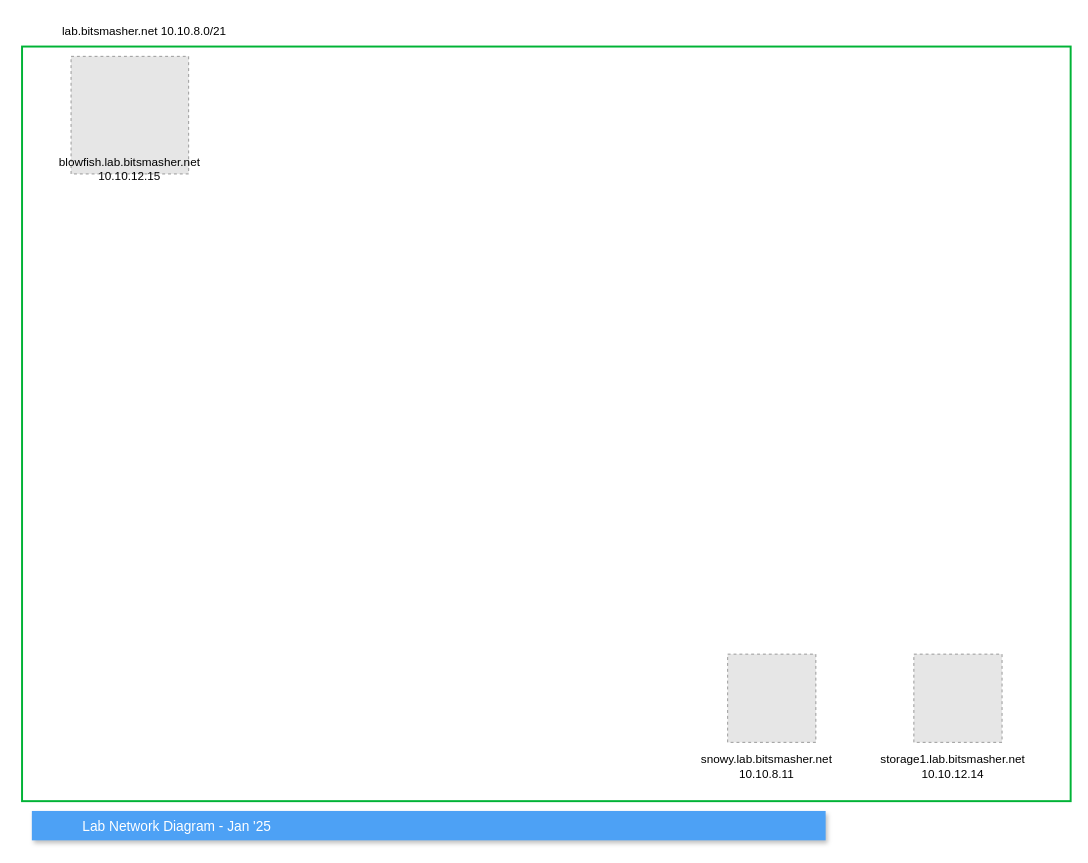
Earlier version of the draw.io diagram page "lab" (1 of 4) of docs/drawings/lab_2024.drawio (devsecfranklin/franklin-resume). Source tidied: cells renumbered, new cells numbered last; positions are measured from the earlier drawing's top-left corner, leaving out a move shared by most shapes. Both pictures are drawn from the tidied source at 98%, with x=0, y=0 at pixel (22, 17). Pictures stored in the file or linked from it are replaced by grey dashed boxes.
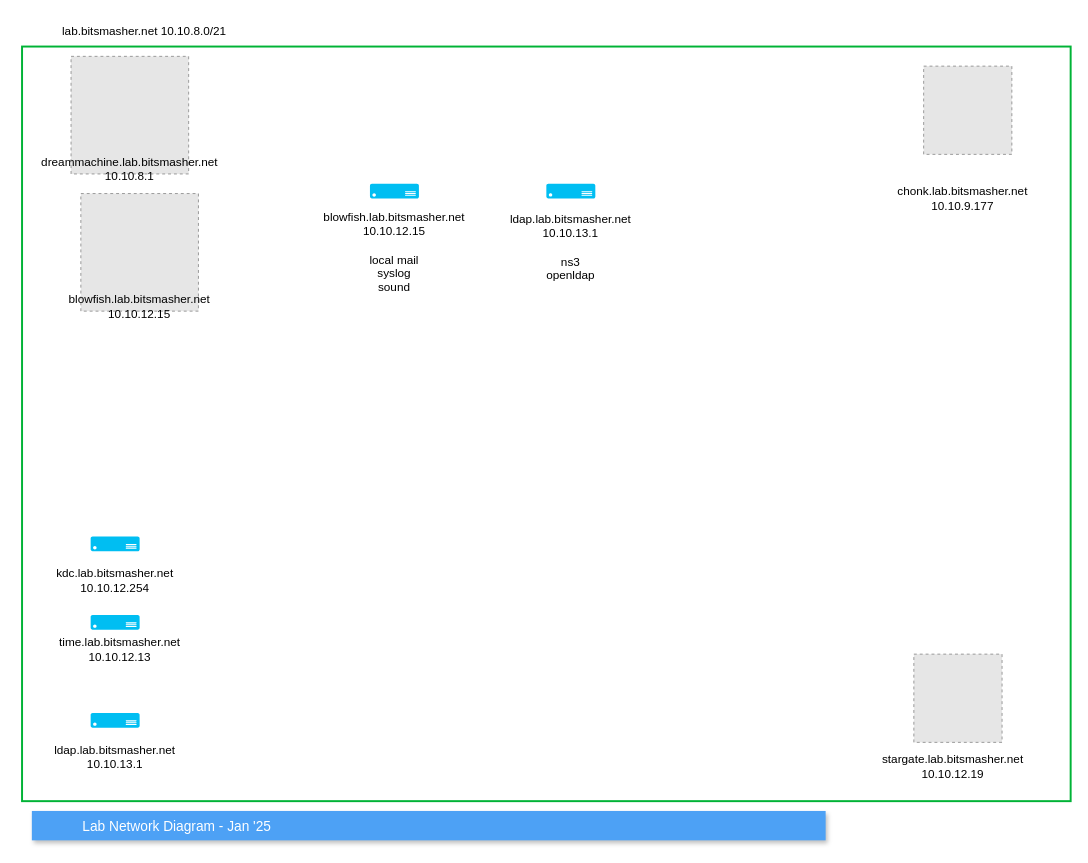
The same diagram, later.

Unchanged cells that the change refers to:
```xml
<mxCell id="6" style="group;" parent="5" vertex="1">
  <mxGeometry x="10" y="40" width="200" height="130" as="geometry" />
</mxCell>
<mxCell id="9" style="group;" parent="5" vertex="1">
  <mxGeometry x="850" y="650" width="200" height="130" as="geometry" />
</mxCell>
```

Change to the diagram source:
```diff
@@
-    <mxCell id="8" value="blowfish.lab.bitsmasher.net&lt;br&gt;10.10.12.15" style="text;html=1;strokeColor=none;fillColor=none;align=center;verticalAlign=middle;whiteSpace=wrap;rounded=0;" parent="6" vertex="1">
+    <mxCell id="8" value="dreammachine.lab.bitsmasher.net&lt;br&gt;10.10.8.1" style="text;html=1;strokeColor=none;fillColor=none;align=center;verticalAlign=middle;whiteSpace=wrap;rounded=0;" parent="6" vertex="1">
       <mxGeometry y="100" width="200" height="30" as="geometry" />
     </mxCell>
@@
-    <mxCell id="11" value="storage1.lab.bitsmasher.net&lt;br&gt;10.10.12.14" style="text;html=1;strokeColor=none;fillColor=none;align=center;verticalAlign=middle;whiteSpace=wrap;rounded=0;" parent="9" vertex="1">
+    <mxCell id="11" value="stargate.lab.bitsmasher.net&lt;br&gt;10.10.12.19" style="text;html=1;strokeColor=none;fillColor=none;align=center;verticalAlign=middle;whiteSpace=wrap;rounded=0;" parent="9" vertex="1">
       <mxGeometry y="100" width="200" height="30" as="geometry" />
     </mxCell>
     <mxCell id="12" style="group;" parent="5" vertex="1">
-      <mxGeometry x="660" y="650" width="200" height="130" as="geometry" />
+      <mxGeometry x="860" y="70" width="200" height="130" as="geometry" />
     </mxCell>
+    <mxCell id="14" value="chonk.lab.bitsmasher.net&lt;br&gt;10.10.9.177" style="text;html=1;strokeColor=none;fillColor=none;align=center;verticalAlign=middle;whiteSpace=wrap;rounded=0;" parent="12" vertex="1">
+      <mxGeometry y="100" width="200" height="30" as="geometry" />
+    </mxCell>
+    <mxCell id="15" style="group;" parent="5" vertex="1">
+      <mxGeometry x="20" y="180" width="200" height="130" as="geometry" />
+    </mxCell>
+    <mxCell id="16" style="fillColor=#E6E6E6;strokeColor=#999999;dashed=1;" parent="15" vertex="1">
+      <mxGeometry x="40" width="120" height="120" as="geometry" />
+    </mxCell>
+    <mxCell id="17" value="blowfish.lab.bitsmasher.net&lt;br&gt;10.10.12.15" style="text;html=1;strokeColor=none;fillColor=none;align=center;verticalAlign=middle;whiteSpace=wrap;rounded=0;" parent="15" vertex="1">
+      <mxGeometry y="100" width="200" height="30" as="geometry" />
+    </mxCell>
-    <mxCell id="13" style="fillColor=#E6E6E6;strokeColor=#999999;dashed=1;" parent="12" vertex="1">
-      <mxGeometry x="60" width="90" height="90" as="geometry" />
+    <mxCell id="13" style="fillColor=#E6E6E6;strokeColor=#999999;dashed=1;" parent="5" vertex="1">
+      <mxGeometry x="920" y="50" width="90" height="90" as="geometry" />
     </mxCell>
-    <mxCell id="14" value="snowy.lab.bitsmasher.net&lt;br&gt;10.10.8.11" style="text;html=1;strokeColor=none;fillColor=none;align=center;verticalAlign=middle;whiteSpace=wrap;rounded=0;" parent="12" vertex="1">
-      <mxGeometry y="100" width="200" height="30" as="geometry" />
-    </mxCell>
+    <mxCell id="18" style="verticalLabelPosition=bottom;html=1;verticalAlign=top;align=center;strokeColor=none;fillColor=#00BEF2;shape=mxgraph.azure.server;" parent="5" vertex="1">
+      <mxGeometry x="70" y="610" width="50" height="15" as="geometry" />
+    </mxCell>
+    <mxCell id="19" style="group;" parent="5" vertex="1">
+      <mxGeometry y="530" width="200" height="130" as="geometry" />
+    </mxCell>
+    <mxCell id="20" value="time.lab.bitsmasher.net&lt;br&gt;10.10.12.13" style="text;html=1;strokeColor=none;fillColor=none;align=center;verticalAlign=middle;whiteSpace=wrap;rounded=0;" parent="19" vertex="1">
+      <mxGeometry y="100" width="200" height="30" as="geometry" />
+    </mxCell>
+    <mxCell id="21" style="group;" parent="19" vertex="1">
+      <mxGeometry x="-5" y="-70" width="200" height="130" as="geometry" />
+    </mxCell>
+    <mxCell id="22" value="kdc.lab.bitsmasher.net&lt;br&gt;10.10.12.254" style="text;html=1;strokeColor=none;fillColor=none;align=center;verticalAlign=middle;whiteSpace=wrap;rounded=0;" parent="21" vertex="1">
+      <mxGeometry y="100" width="200" height="30" as="geometry" />
+    </mxCell>
+    <mxCell id="23" style="verticalLabelPosition=bottom;html=1;verticalAlign=top;align=center;strokeColor=none;fillColor=#00BEF2;shape=mxgraph.azure.server;" parent="21" vertex="1">
+      <mxGeometry x="75" y="70" width="50" height="15" as="geometry" />
+    </mxCell>
+    <mxCell id="24" style="group;" parent="5" vertex="1">
+      <mxGeometry x="-5" y="640" width="200" height="130" as="geometry" />
+    </mxCell>
+    <mxCell id="25" value="ldap.lab.bitsmasher.net&lt;br&gt;10.10.13.1" style="text;html=1;strokeColor=none;fillColor=none;align=center;verticalAlign=middle;whiteSpace=wrap;rounded=0;" parent="24" vertex="1">
+      <mxGeometry y="100" width="200" height="30" as="geometry" />
+    </mxCell>
+    <mxCell id="26" style="verticalLabelPosition=bottom;html=1;verticalAlign=top;align=center;strokeColor=none;fillColor=#00BEF2;shape=mxgraph.azure.server;" parent="24" vertex="1">
+      <mxGeometry x="75" y="70" width="50" height="15" as="geometry" />
+    </mxCell>
+    <mxCell id="27" value="blowfish.lab.bitsmasher.net&lt;br&gt;10.10.12.15&lt;div&gt;&lt;br&gt;&lt;/div&gt;&lt;div&gt;local mail&lt;/div&gt;&lt;div&gt;syslog&lt;/div&gt;&lt;div&gt;sound&lt;/div&gt;" style="text;html=1;strokeColor=none;fillColor=none;align=center;verticalAlign=middle;whiteSpace=wrap;rounded=0;" parent="5" vertex="1">
+      <mxGeometry x="280" y="200" width="200" height="80" as="geometry" />
+    </mxCell>
+    <mxCell id="28" style="group;" parent="5" vertex="1">
+      <mxGeometry x="460" y="120" width="200" height="130" as="geometry" />
+    </mxCell>
+    <mxCell id="29" value="ldap.lab.bitsmasher.net&lt;br&gt;10.10.13.1&lt;div&gt;&lt;br&gt;&lt;/div&gt;&lt;div&gt;ns3&lt;/div&gt;&lt;div&gt;openldap&lt;/div&gt;" style="text;html=1;strokeColor=none;fillColor=none;align=center;verticalAlign=middle;whiteSpace=wrap;rounded=0;" parent="28" vertex="1">
+      <mxGeometry y="100" width="200" height="30" as="geometry" />
+    </mxCell>
+    <mxCell id="30" style="group;" parent="28" vertex="1">
+      <mxGeometry y="-20" width="200" height="130" as="geometry" />
+    </mxCell>
+    <mxCell id="31" style="verticalLabelPosition=bottom;html=1;verticalAlign=top;align=center;strokeColor=none;fillColor=#00BEF2;shape=mxgraph.azure.server;" parent="30" vertex="1">
+      <mxGeometry x="75" y="70" width="50" height="15" as="geometry" />
+    </mxCell>
+    <mxCell id="32" style="verticalLabelPosition=bottom;html=1;verticalAlign=top;align=center;strokeColor=none;fillColor=#00BEF2;shape=mxgraph.azure.server;" parent="5" vertex="1">
+      <mxGeometry x="355" y="170" width="50" height="15" as="geometry" />
+    </mxCell>
```
